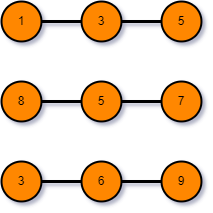
Above: images/Machine Learning - Presentation-Page-2.drawio.png in AUT-Student/ML-Presentation (draw.io), before the change. Source tidied: cells renumbered, new cells last; positions are measured from the earlier drawing's top-left corner, leaving out a move shared by most shapes. Its diagram source:
```xml
<mxGraphModel>
  <root>
    <mxCell id="0" />
    <mxCell id="1" parent="0" />
    <mxCell id="2" style="edgeStyle=none;rounded=0;jettySize=auto;html=1;entryX=0;entryY=0.5;entryDx=0;entryDy=0;endArrow=none;endFill=0;strokeWidth=3;" parent="1" edge="1" source="3" target="5">
      <mxGeometry relative="1" as="geometry" />
    </mxCell>
    <mxCell id="3" value="1" style="ellipse;whiteSpace=wrap;html=1;fillColor=#FF8700;gradientColor=none;strokeColor=#000000;strokeWidth=2;" parent="1" vertex="1">
      <mxGeometry width="40" height="40" as="geometry" />
    </mxCell>
    <mxCell id="4" style="edgeStyle=none;rounded=0;jettySize=auto;html=1;entryX=0;entryY=0.5;entryDx=0;entryDy=0;endArrow=none;endFill=0;strokeWidth=3;" parent="1" edge="1" source="5" target="6">
      <mxGeometry relative="1" as="geometry" />
    </mxCell>
    <mxCell id="5" value="3" style="ellipse;whiteSpace=wrap;html=1;fillColor=#FF8700;gradientColor=none;strokeColor=#000000;strokeWidth=2;" parent="1" vertex="1">
      <mxGeometry x="80" width="40" height="40" as="geometry" />
    </mxCell>
    <mxCell id="6" value="5" style="ellipse;whiteSpace=wrap;html=1;fillColor=#FF8700;gradientColor=none;strokeColor=#000000;strokeWidth=2;" parent="1" vertex="1">
      <mxGeometry x="160" width="40" height="40" as="geometry" />
    </mxCell>
    <mxCell id="7" style="edgeStyle=none;rounded=0;jettySize=auto;html=1;entryX=0;entryY=0.5;entryDx=0;entryDy=0;endArrow=none;endFill=0;strokeWidth=3;" parent="1" edge="1" source="8" target="10">
      <mxGeometry relative="1" as="geometry" />
    </mxCell>
    <mxCell id="8" value="8" style="ellipse;whiteSpace=wrap;html=1;fillColor=#FF8700;gradientColor=none;strokeColor=#000000;strokeWidth=2;" parent="1" vertex="1">
      <mxGeometry y="80" width="40" height="40" as="geometry" />
    </mxCell>
    <mxCell id="9" style="edgeStyle=none;rounded=0;jettySize=auto;html=1;entryX=0;entryY=0.5;entryDx=0;entryDy=0;endArrow=none;endFill=0;strokeWidth=3;" parent="1" edge="1" source="10" target="11">
      <mxGeometry relative="1" as="geometry" />
    </mxCell>
    <mxCell id="10" value="5" style="ellipse;whiteSpace=wrap;html=1;fillColor=#FF8700;gradientColor=none;strokeColor=#000000;strokeWidth=2;" parent="1" vertex="1">
      <mxGeometry x="80" y="80" width="40" height="40" as="geometry" />
    </mxCell>
    <mxCell id="11" value="7" style="ellipse;whiteSpace=wrap;html=1;fillColor=#FF8700;gradientColor=none;strokeColor=#000000;strokeWidth=2;" parent="1" vertex="1">
      <mxGeometry x="160" y="80" width="40" height="40" as="geometry" />
    </mxCell>
    <mxCell id="12" style="edgeStyle=none;rounded=0;jettySize=auto;html=1;entryX=0;entryY=0.5;entryDx=0;entryDy=0;endArrow=none;endFill=0;strokeWidth=3;" parent="1" edge="1" source="13" target="15">
      <mxGeometry relative="1" as="geometry" />
    </mxCell>
    <mxCell id="13" value="3" style="ellipse;whiteSpace=wrap;html=1;fillColor=#FF8700;gradientColor=none;strokeColor=#000000;strokeWidth=2;" parent="1" vertex="1">
      <mxGeometry y="160" width="40" height="40" as="geometry" />
    </mxCell>
    <mxCell id="14" style="edgeStyle=none;rounded=0;jettySize=auto;html=1;entryX=0;entryY=0.5;entryDx=0;entryDy=0;endArrow=none;endFill=0;strokeWidth=3;" parent="1" edge="1" source="15" target="16">
      <mxGeometry relative="1" as="geometry" />
    </mxCell>
    <mxCell id="15" value="6" style="ellipse;whiteSpace=wrap;html=1;fillColor=#FF8700;gradientColor=none;strokeColor=#000000;strokeWidth=2;" parent="1" vertex="1">
      <mxGeometry x="80" y="160" width="40" height="40" as="geometry" />
    </mxCell>
    <mxCell id="16" value="9" style="ellipse;whiteSpace=wrap;html=1;fillColor=#FF8700;gradientColor=none;strokeColor=#000000;strokeWidth=2;" parent="1" vertex="1">
      <mxGeometry x="160" y="160" width="40" height="40" as="geometry" />
    </mxCell>
  </root>
</mxGraphModel>
```
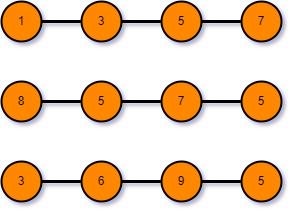
After the change.

Commit message:
Complete initial version of presentation

Diff of the diagram source:
```diff
@@ -14,6 +14,9 @@
     <mxCell id="5" value="3" style="ellipse;whiteSpace=wrap;html=1;fillColor=#FF8700;gradientColor=none;strokeColor=#000000;strokeWidth=2;" parent="1" vertex="1">
       <mxGeometry x="80" width="40" height="40" as="geometry" />
     </mxCell>
+    <mxCell id="17" style="edgeStyle=none;rounded=0;jettySize=auto;html=1;entryX=0;entryY=0.5;entryDx=0;entryDy=0;endArrow=none;endFill=0;strokeWidth=3;" parent="1" edge="1" source="6" target="20">
+      <mxGeometry relative="1" as="geometry" />
+    </mxCell>
     <mxCell id="6" value="5" style="ellipse;whiteSpace=wrap;html=1;fillColor=#FF8700;gradientColor=none;strokeColor=#000000;strokeWidth=2;" parent="1" vertex="1">
       <mxGeometry x="160" width="40" height="40" as="geometry" />
     </mxCell>
@@ -29,6 +32,9 @@
     <mxCell id="10" value="5" style="ellipse;whiteSpace=wrap;html=1;fillColor=#FF8700;gradientColor=none;strokeColor=#000000;strokeWidth=2;" parent="1" vertex="1">
       <mxGeometry x="80" y="80" width="40" height="40" as="geometry" />
     </mxCell>
+    <mxCell id="18" style="edgeStyle=none;rounded=0;jettySize=auto;html=1;entryX=0;entryY=0.5;entryDx=0;entryDy=0;endArrow=none;endFill=0;strokeWidth=3;" parent="1" edge="1" source="11" target="21">
+      <mxGeometry relative="1" as="geometry" />
+    </mxCell>
     <mxCell id="11" value="7" style="ellipse;whiteSpace=wrap;html=1;fillColor=#FF8700;gradientColor=none;strokeColor=#000000;strokeWidth=2;" parent="1" vertex="1">
       <mxGeometry x="160" y="80" width="40" height="40" as="geometry" />
     </mxCell>
@@ -44,8 +50,20 @@
     <mxCell id="15" value="6" style="ellipse;whiteSpace=wrap;html=1;fillColor=#FF8700;gradientColor=none;strokeColor=#000000;strokeWidth=2;" parent="1" vertex="1">
       <mxGeometry x="80" y="160" width="40" height="40" as="geometry" />
     </mxCell>
+    <mxCell id="19" style="edgeStyle=none;rounded=0;jettySize=auto;html=1;entryX=0;entryY=0.5;entryDx=0;entryDy=0;endArrow=none;endFill=0;strokeWidth=3;" parent="1" edge="1" source="16" target="22">
+      <mxGeometry relative="1" as="geometry" />
+    </mxCell>
     <mxCell id="16" value="9" style="ellipse;whiteSpace=wrap;html=1;fillColor=#FF8700;gradientColor=none;strokeColor=#000000;strokeWidth=2;" parent="1" vertex="1">
       <mxGeometry x="160" y="160" width="40" height="40" as="geometry" />
     </mxCell>
+    <mxCell id="20" value="7" style="ellipse;whiteSpace=wrap;html=1;fillColor=#FF8700;gradientColor=none;strokeColor=#000000;strokeWidth=2;" parent="1" vertex="1">
+      <mxGeometry x="240" width="40" height="40" as="geometry" />
+    </mxCell>
+    <mxCell id="21" value="5" style="ellipse;whiteSpace=wrap;html=1;fillColor=#FF8700;gradientColor=none;strokeColor=#000000;strokeWidth=2;" parent="1" vertex="1">
+      <mxGeometry x="240" y="80" width="40" height="40" as="geometry" />
+    </mxCell>
+    <mxCell id="22" value="5" style="ellipse;whiteSpace=wrap;html=1;fillColor=#FF8700;gradientColor=none;strokeColor=#000000;strokeWidth=2;" parent="1" vertex="1">
+      <mxGeometry x="240" y="160" width="40" height="40" as="geometry" />
+    </mxCell>
   </root>
 </mxGraphModel>
```
